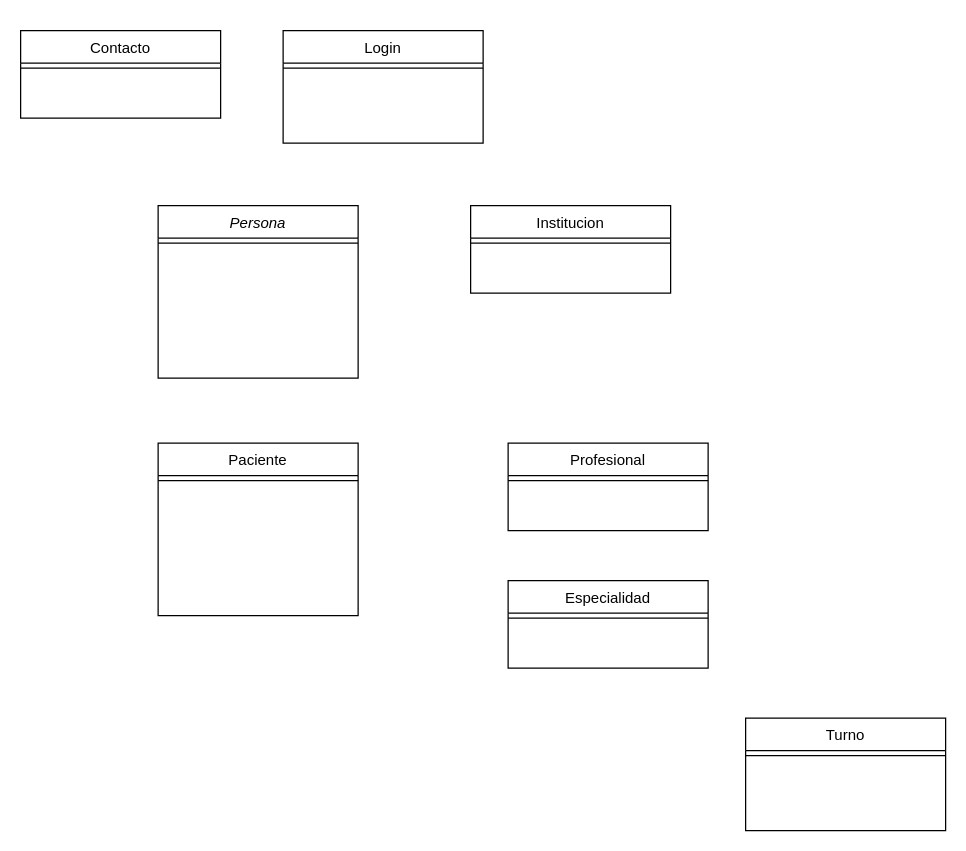
The draw.io diagram modelo de dominio tp final.drawio in fromano2197/TP_INTEGRADOR_EQUIPO13A, before the edit. Source tidied: cells renumbered, new cells numbered last; positions are measured from the earlier drawing's top-left corner, leaving out a move shared by most shapes. Both pictures are drawn from the tidied source at 125%, with x=0, y=0 at pixel (20, 30).
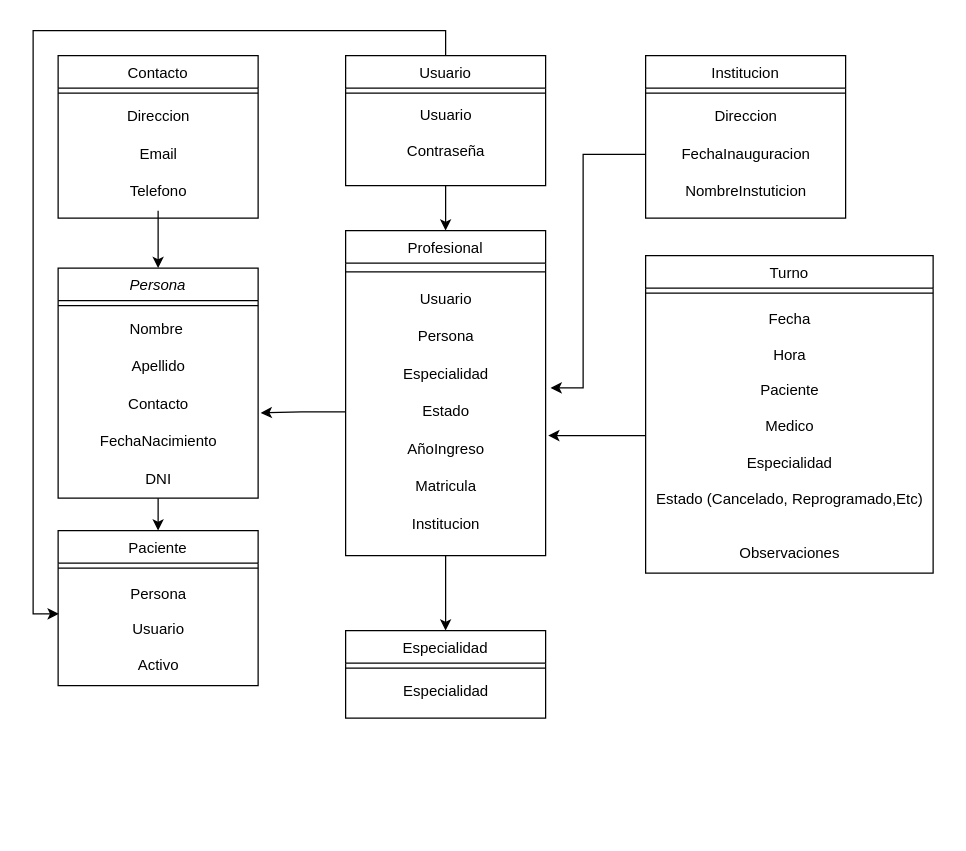
The same page after the edit.

Commit message:
Subo modelo de dominio con atributos que trabajamos juntos online en drive

What changed in the source:
```diff
@@
+    <mxCell id="4" value="Paciente" style="swimlane;fontStyle=0;align=center;verticalAlign=top;horizontal=1;startSize=26;rounded=0;shadow=0;strokeWidth=1;" parent="1" vertex="1">
+      <mxGeometry x="30" y="400" width="160" height="124" as="geometry" />
+    </mxCell>
+    <mxCell id="5" style="line;html=1;strokeWidth=1;align=left;verticalAlign=middle;spacingTop=-1;spacingLeft=3;spacingRight=3;labelPosition=right;" parent="4" vertex="1">
+      <mxGeometry y="26" width="160" height="8" as="geometry" />
+    </mxCell>
+    <mxCell id="18" value="Persona&lt;div&gt;&lt;br&gt;&lt;/div&gt;&lt;div&gt;Usuario&lt;/div&gt;&lt;div&gt;&lt;div&gt;&lt;span style=&quot;background-color: initial;&quot;&gt;&lt;br&gt;&lt;/span&gt;&lt;/div&gt;&lt;div&gt;Activo&lt;/div&gt;&lt;/div&gt;" style="text;html=1;align=center;verticalAlign=middle;points=[];strokeColor=none;fillColor=none;" parent="4" vertex="1">
+      <mxGeometry y="34" width="160" height="90" as="geometry" />
+    </mxCell>
+    <mxCell id="6" value="Profesional" style="swimlane;fontStyle=0;align=center;verticalAlign=top;horizontal=1;startSize=26;rounded=0;shadow=0;strokeWidth=1;" parent="1" vertex="1">
+      <mxGeometry x="260" y="160" width="160" height="260" as="geometry" />
+    </mxCell>
+    <mxCell id="7" style="line;html=1;strokeWidth=1;align=left;verticalAlign=middle;spacingTop=-1;spacingLeft=3;spacingRight=3;labelPosition=right;" parent="6" vertex="1">
+      <mxGeometry y="26" width="160" height="14" as="geometry" />
+    </mxCell>
+    <mxCell id="19" value="Usuario" style="text;html=1;align=center;verticalAlign=middle;strokeColor=none;fillColor=none;" parent="6" vertex="1">
+      <mxGeometry y="40" width="160" height="30" as="geometry" />
+    </mxCell>
+    <mxCell id="20" value="Persona" style="text;html=1;align=center;verticalAlign=middle;strokeColor=none;fillColor=none;" parent="6" vertex="1">
+      <mxGeometry y="70" width="160" height="30" as="geometry" />
+    </mxCell>
+    <mxCell id="21" value="Especialidad" style="text;html=1;align=center;verticalAlign=middle;points=[];strokeColor=none;fillColor=none;" parent="6" vertex="1">
+      <mxGeometry y="100" width="160" height="30" as="geometry" />
+    </mxCell>
+    <mxCell id="22" value="Estado" style="text;html=1;align=center;verticalAlign=middle;points=[];strokeColor=none;fillColor=none;" parent="6" vertex="1">
+      <mxGeometry y="130" width="160" height="30" as="geometry" />
+    </mxCell>
+    <mxCell id="23" value="AñoIngreso" style="text;html=1;align=center;verticalAlign=middle;points=[];strokeColor=none;fillColor=none;" parent="6" vertex="1">
+      <mxGeometry y="160" width="160" height="30" as="geometry" />
+    </mxCell>
+    <mxCell id="24" value="Matricula" style="text;html=1;align=center;verticalAlign=middle;strokeColor=none;fillColor=none;" parent="6" vertex="1">
+      <mxGeometry y="190" width="160" height="30" as="geometry" />
+    </mxCell>
+    <mxCell id="25" value="Institucion" style="text;html=1;align=center;verticalAlign=middle;strokeColor=none;fillColor=none;" parent="6" vertex="1">
+      <mxGeometry y="220" width="160" height="30" as="geometry" />
+    </mxCell>
+    <mxCell id="8" value="Turno" style="swimlane;fontStyle=0;align=center;verticalAlign=top;horizontal=1;startSize=26;rounded=0;shadow=0;strokeWidth=1;" parent="1" vertex="1">
+      <mxGeometry x="500" y="180" width="230" height="254" as="geometry" />
+    </mxCell>
+    <mxCell id="9" style="line;html=1;strokeWidth=1;align=left;verticalAlign=middle;spacingTop=-1;spacingLeft=3;spacingRight=3;labelPosition=right;" parent="8" vertex="1">
+      <mxGeometry y="26" width="230" height="8" as="geometry" />
+    </mxCell>
+    <mxCell id="26" value="Fecha&lt;div&gt;&lt;br&gt;&lt;/div&gt;&lt;div&gt;Hora&lt;/div&gt;&lt;div&gt;&lt;br&gt;&lt;/div&gt;&lt;div&gt;Paciente&lt;/div&gt;&lt;div&gt;&lt;br&gt;&lt;/div&gt;&lt;div&gt;Medico&lt;/div&gt;&lt;div&gt;&lt;br&gt;&lt;/div&gt;&lt;div&gt;Especialidad&lt;/div&gt;&lt;div&gt;&lt;br&gt;&lt;/div&gt;&lt;div&gt;Estado (Cancelado, Reprogramado,Etc)&lt;/div&gt;&lt;div&gt;&lt;br&gt;&lt;/div&gt;&lt;div&gt;&lt;br&gt;&lt;/div&gt;&lt;div&gt;Observaciones&lt;/div&gt;" style="text;html=1;align=center;verticalAlign=middle;points=[];strokeColor=none;fillColor=none;" parent="8" vertex="1">
+      <mxGeometry y="34" width="230" height="220" as="geometry" />
+    </mxCell>
+    <mxCell id="10" value="Especialidad" style="swimlane;fontStyle=0;align=center;verticalAlign=top;horizontal=1;startSize=26;rounded=0;shadow=0;strokeWidth=1;" parent="1" vertex="1">
+      <mxGeometry x="260" y="480" width="160" height="70" as="geometry" />
+    </mxCell>
+    <mxCell id="11" style="line;html=1;strokeWidth=1;align=left;verticalAlign=middle;spacingTop=-1;spacingLeft=3;spacingRight=3;labelPosition=right;" parent="10" vertex="1">
+      <mxGeometry y="26" width="160" height="8" as="geometry" />
+    </mxCell>
+    <mxCell id="27" value="Especialidad" style="text;html=1;align=center;verticalAlign=middle;strokeColor=none;fillColor=none;" parent="10" vertex="1">
+      <mxGeometry y="34" width="160" height="30" as="geometry" />
+    </mxCell>
+    <mxCell id="12" value="Institucion" style="swimlane;fontStyle=0;align=center;verticalAlign=top;horizontal=1;startSize=26;rounded=0;shadow=0;strokeWidth=1;" parent="1" vertex="1">
+      <mxGeometry x="500" y="20" width="160" height="130" as="geometry" />
+    </mxCell>
+    <mxCell id="13" style="line;html=1;strokeWidth=1;align=left;verticalAlign=middle;spacingTop=-1;spacingLeft=3;spacingRight=3;labelPosition=right;" parent="12" vertex="1">
+      <mxGeometry y="26" width="160" height="8" as="geometry" />
+    </mxCell>
+    <mxCell id="28" value="Direccion" style="text;html=1;align=center;verticalAlign=middle;strokeColor=none;fillColor=none;" parent="12" vertex="1">
+      <mxGeometry y="34" width="160" height="30" as="geometry" />
+    </mxCell>
+    <mxCell id="29" value="FechaInauguracion" style="text;html=1;align=center;verticalAlign=middle;points=[];strokeColor=none;fillColor=none;" parent="12" vertex="1">
+      <mxGeometry y="64" width="160" height="30" as="geometry" />
+    </mxCell>
+    <mxCell id="30" value="NombreInstuticion" style="text;html=1;align=center;verticalAlign=middle;strokeColor=none;fillColor=none;" parent="12" vertex="1">
+      <mxGeometry y="94" width="160" height="30" as="geometry" />
+    </mxCell>
+    <mxCell id="14" value="Contacto" style="swimlane;fontStyle=0;align=center;verticalAlign=top;horizontal=1;startSize=26;rounded=0;shadow=0;strokeWidth=1;" parent="1" vertex="1">
+      <mxGeometry x="30" y="20" width="160" height="130" as="geometry" />
+    </mxCell>
+    <mxCell id="15" style="line;html=1;strokeWidth=1;align=left;verticalAlign=middle;spacingTop=-1;spacingLeft=3;spacingRight=3;labelPosition=right;" parent="14" vertex="1">
+      <mxGeometry y="26" width="160" height="8" as="geometry" />
+    </mxCell>
+    <mxCell id="31" value="Direccion" style="text;html=1;align=center;verticalAlign=middle;strokeColor=none;fillColor=none;" parent="14" vertex="1">
+      <mxGeometry y="34" width="160" height="30" as="geometry" />
+    </mxCell>
+    <mxCell id="32" value="Email" style="text;html=1;align=center;verticalAlign=middle;strokeColor=none;fillColor=none;" parent="14" vertex="1">
+      <mxGeometry y="64" width="160" height="30" as="geometry" />
+    </mxCell>
+    <mxCell id="33" value="Telefono" style="text;html=1;align=center;verticalAlign=middle;points=[];strokeColor=none;fillColor=none;" parent="14" vertex="1">
+      <mxGeometry y="94" width="160" height="30" as="geometry" />
+    </mxCell>
+    <mxCell id="16" value="Usuario" style="swimlane;fontStyle=0;align=center;verticalAlign=top;horizontal=1;startSize=26;rounded=0;shadow=0;strokeWidth=1;" parent="1" vertex="1">
+      <mxGeometry x="260" y="20" width="160" height="104" as="geometry" />
+    </mxCell>
+    <mxCell id="17" style="line;html=1;strokeWidth=1;align=left;verticalAlign=middle;spacingTop=-1;spacingLeft=3;spacingRight=3;labelPosition=right;" parent="16" vertex="1">
+      <mxGeometry y="26" width="160" height="8" as="geometry" />
+    </mxCell>
+    <mxCell id="34" value="Usuario&lt;div&gt;&lt;br&gt;&lt;/div&gt;&lt;div&gt;Contraseña&lt;/div&gt;&lt;div&gt;&lt;div&gt;&lt;br&gt;&lt;/div&gt;&lt;/div&gt;" style="text;html=1;align=center;verticalAlign=middle;points=[];strokeColor=none;fillColor=none;" parent="16" vertex="1">
+      <mxGeometry y="34" width="160" height="70" as="geometry" />
+    </mxCell>
+    <mxCell id="35" style="edgeStyle=orthogonalEdgeStyle;rounded=0;jettySize=auto;html=1;exitX=0.5;exitY=1;exitDx=0;exitDy=0;" parent="1" edge="1" source="2" target="4">
+      <mxGeometry relative="1" as="geometry" />
+    </mxCell>
     <mxCell id="2" value="Persona" style="swimlane;fontStyle=2;align=center;verticalAlign=top;horizontal=1;startSize=26;rounded=0;shadow=0;strokeWidth=1;" parent="1" vertex="1">
-      <mxGeometry x="110" y="140" width="160" height="138" as="geometry" />
+      <mxGeometry x="30" y="190" width="160" height="184" as="geometry" />
     </mxCell>
@@
-    <mxCell id="4" value="Paciente" style="swimlane;fontStyle=0;align=center;verticalAlign=top;horizontal=1;startSize=26;rounded=0;shadow=0;strokeWidth=1;" parent="1" vertex="1">
-      <mxGeometry x="110" y="330" width="160" height="138" as="geometry" />
-    </mxCell>
-    <mxCell id="5" style="line;html=1;strokeWidth=1;align=left;verticalAlign=middle;spacingTop=-1;spacingLeft=3;spacingRight=3;labelPosition=right;" parent="4" vertex="1">
-      <mxGeometry y="26" width="160" height="8" as="geometry" />
-    </mxCell>
-    <mxCell id="6" value="Profesional" style="swimlane;fontStyle=0;align=center;verticalAlign=top;horizontal=1;startSize=26;rounded=0;shadow=0;strokeWidth=1;" parent="1" vertex="1">
-      <mxGeometry x="390" y="330" width="160" height="70" as="geometry" />
-    </mxCell>
-    <mxCell id="7" style="line;html=1;strokeWidth=1;align=left;verticalAlign=middle;spacingTop=-1;spacingLeft=3;spacingRight=3;labelPosition=right;" parent="6" vertex="1">
-      <mxGeometry y="26" width="160" height="8" as="geometry" />
-    </mxCell>
-    <mxCell id="8" value="Turno" style="swimlane;fontStyle=0;align=center;verticalAlign=top;horizontal=1;startSize=26;rounded=0;shadow=0;strokeWidth=1;" parent="1" vertex="1">
-      <mxGeometry x="580" y="550" width="160" height="90" as="geometry" />
-    </mxCell>
-    <mxCell id="9" style="line;html=1;strokeWidth=1;align=left;verticalAlign=middle;spacingTop=-1;spacingLeft=3;spacingRight=3;labelPosition=right;" parent="8" vertex="1">
-      <mxGeometry y="26" width="160" height="8" as="geometry" />
-    </mxCell>
-    <mxCell id="10" value="Especialidad" style="swimlane;fontStyle=0;align=center;verticalAlign=top;horizontal=1;startSize=26;rounded=0;shadow=0;strokeWidth=1;" parent="1" vertex="1">
-      <mxGeometry x="390" y="440" width="160" height="70" as="geometry" />
-    </mxCell>
-    <mxCell id="11" style="line;html=1;strokeWidth=1;align=left;verticalAlign=middle;spacingTop=-1;spacingLeft=3;spacingRight=3;labelPosition=right;" parent="10" vertex="1">
-      <mxGeometry y="26" width="160" height="8" as="geometry" />
-    </mxCell>
-    <mxCell id="12" value="Institucion" style="swimlane;fontStyle=0;align=center;verticalAlign=top;horizontal=1;startSize=26;rounded=0;shadow=0;strokeWidth=1;" parent="1" vertex="1">
-      <mxGeometry x="360" y="140" width="160" height="70" as="geometry" />
-    </mxCell>
-    <mxCell id="13" style="line;html=1;strokeWidth=1;align=left;verticalAlign=middle;spacingTop=-1;spacingLeft=3;spacingRight=3;labelPosition=right;" parent="12" vertex="1">
-      <mxGeometry y="26" width="160" height="8" as="geometry" />
-    </mxCell>
-    <mxCell id="14" value="Contacto" style="swimlane;fontStyle=0;align=center;verticalAlign=top;horizontal=1;startSize=26;rounded=0;shadow=0;strokeWidth=1;" parent="1" vertex="1">
-      <mxGeometry width="160" height="70" as="geometry" />
-    </mxCell>
-    <mxCell id="15" style="line;html=1;strokeWidth=1;align=left;verticalAlign=middle;spacingTop=-1;spacingLeft=3;spacingRight=3;labelPosition=right;" parent="14" vertex="1">
-      <mxGeometry y="26" width="160" height="8" as="geometry" />
-    </mxCell>
-    <mxCell id="16" value="Login" style="swimlane;fontStyle=0;align=center;verticalAlign=top;horizontal=1;startSize=26;rounded=0;shadow=0;strokeWidth=1;" parent="1" vertex="1">
-      <mxGeometry x="210" width="160" height="90" as="geometry" />
-    </mxCell>
-    <mxCell id="17" style="line;html=1;strokeWidth=1;align=left;verticalAlign=middle;spacingTop=-1;spacingLeft=3;spacingRight=3;labelPosition=right;" parent="16" vertex="1">
-      <mxGeometry y="26" width="160" height="8" as="geometry" />
-    </mxCell>
+    <mxCell id="36" value="Nombre&amp;nbsp;" style="text;html=1;align=center;verticalAlign=middle;strokeColor=none;fillColor=none;" parent="2" vertex="1">
+      <mxGeometry y="34" width="160" height="30" as="geometry" />
+    </mxCell>
+    <mxCell id="37" value="Apellido" style="text;html=1;align=center;verticalAlign=middle;strokeColor=none;fillColor=none;" parent="2" vertex="1">
+      <mxGeometry y="64" width="160" height="30" as="geometry" />
+    </mxCell>
+    <mxCell id="38" value="Contacto" style="text;html=1;align=center;verticalAlign=middle;points=[];strokeColor=none;fillColor=none;" parent="2" vertex="1">
+      <mxGeometry y="94" width="160" height="30" as="geometry" />
+    </mxCell>
+    <mxCell id="39" value="FechaNacimiento" style="text;html=1;align=center;verticalAlign=middle;strokeColor=none;fillColor=none;" parent="2" vertex="1">
+      <mxGeometry y="124" width="160" height="30" as="geometry" />
+    </mxCell>
+    <mxCell id="40" value="DNI" style="text;html=1;align=center;verticalAlign=middle;strokeColor=none;fillColor=none;" parent="2" vertex="1">
+      <mxGeometry y="154" width="160" height="30" as="geometry" />
+    </mxCell>
+    <mxCell id="41" style="edgeStyle=orthogonalEdgeStyle;rounded=0;jettySize=auto;html=1;entryX=0.5;entryY=0;entryDx=0;entryDy=0;" parent="1" edge="1" source="33" target="2">
+      <mxGeometry relative="1" as="geometry" />
+    </mxCell>
+    <mxCell id="42" style="edgeStyle=orthogonalEdgeStyle;rounded=0;jettySize=auto;html=1;entryX=0.5;entryY=0;entryDx=0;entryDy=0;exitX=0.5;exitY=1;exitDx=0;exitDy=0;" parent="1" edge="1" source="6" target="10">
+      <mxGeometry relative="1" as="geometry" />
+    </mxCell>
+    <mxCell id="43" style="edgeStyle=orthogonalEdgeStyle;rounded=0;jettySize=auto;html=1;entryX=1.013;entryY=0.727;entryDx=0;entryDy=0;entryPerimeter=0;" parent="1" edge="1" source="22" target="38">
+      <mxGeometry relative="1" as="geometry" />
+    </mxCell>
+    <mxCell id="44" style="edgeStyle=orthogonalEdgeStyle;rounded=0;jettySize=auto;html=1;entryX=0.5;entryY=0;entryDx=0;entryDy=0;" parent="1" edge="1" source="34" target="6">
+      <mxGeometry relative="1" as="geometry" />
+    </mxCell>
+    <mxCell id="45" style="edgeStyle=orthogonalEdgeStyle;rounded=0;jettySize=auto;html=1;entryX=0.003;entryY=0.362;entryDx=0;entryDy=0;entryPerimeter=0;" parent="1" edge="1" source="16" target="18">
+      <mxGeometry relative="1" as="geometry">
+        <Array as="points">
+          <mxPoint x="340" />
+          <mxPoint x="10" />
+          <mxPoint x="10" y="467" />
+        </Array>
+      </mxGeometry>
+    </mxCell>
+    <mxCell id="46" style="edgeStyle=orthogonalEdgeStyle;rounded=0;jettySize=auto;html=1;entryX=1.025;entryY=0.86;entryDx=0;entryDy=0;entryPerimeter=0;" parent="1" edge="1" source="29" target="21">
+      <mxGeometry relative="1" as="geometry">
+        <Array as="points">
+          <mxPoint x="450" y="99" />
+          <mxPoint x="450" y="286" />
+        </Array>
+      </mxGeometry>
+    </mxCell>
+    <mxCell id="47" style="edgeStyle=orthogonalEdgeStyle;rounded=0;jettySize=auto;html=1;entryX=1.013;entryY=0.133;entryDx=0;entryDy=0;entryPerimeter=0;" parent="1" edge="1" source="26" target="23">
+      <mxGeometry relative="1" as="geometry" />
+    </mxCell>
```
